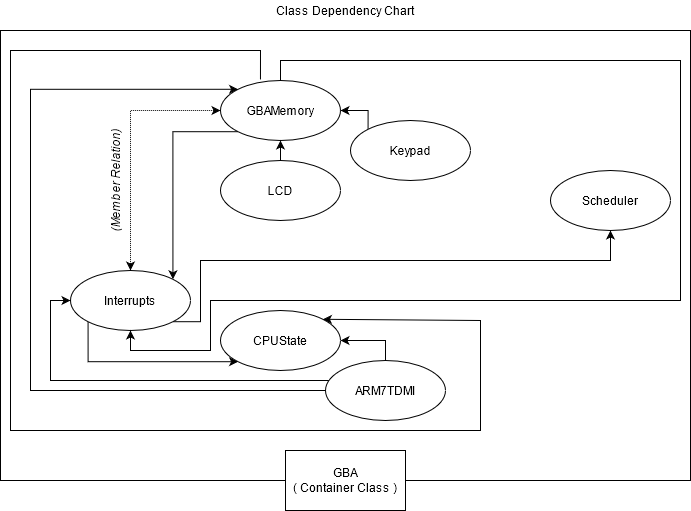
The draw.io diagram ZeroGBA/non-code/class dependency chart/class dependencies.png in ankien/ZeroGBA, before a commit. Source tidied: cells renumbered, new cells last; positions are measured from the earlier drawing's top-left corner, leaving out a move shared by most shapes. Its diagram source:
```xml
<mxGraphModel>
  <root>
    <mxCell id="0" />
    <mxCell id="1" parent="0" />
    <mxCell id="2" style="rounded=0;whiteSpace=wrap;html=1;" parent="1" vertex="1">
      <mxGeometry y="30" width="690" height="450" as="geometry" />
    </mxCell>
    <mxCell id="3" value="&lt;div&gt;GBA&lt;/div&gt;&lt;div&gt;( Container Class )&lt;br&gt;&lt;/div&gt;" style="rounded=0;whiteSpace=wrap;html=1;" parent="1" vertex="1">
      <mxGeometry x="285" y="450" width="120" height="60" as="geometry" />
    </mxCell>
    <mxCell id="4" style="edgeStyle=orthogonalEdgeStyle;rounded=0;jettySize=auto;html=1;entryX=0.5;entryY=0;entryDx=0;entryDy=0;startArrow=classic;startFill=1;dashed=1;dashPattern=1 1;" parent="1" edge="1" source="6" target="9">
      <mxGeometry relative="1" as="geometry" />
    </mxCell>
    <mxCell id="5" style="edgeStyle=orthogonalEdgeStyle;rounded=0;jettySize=auto;html=1;exitX=0;exitY=1;exitDx=0;exitDy=0;entryX=1;entryY=0;entryDx=0;entryDy=0;" parent="1" edge="1" source="6" target="9">
      <mxGeometry relative="1" as="geometry" />
    </mxCell>
    <mxCell id="6" value="GBAMemory" style="ellipse;whiteSpace=wrap;html=1;" parent="1" vertex="1">
      <mxGeometry x="220" y="80" width="120" height="60" as="geometry" />
    </mxCell>
    <mxCell id="7" style="edgeStyle=orthogonalEdgeStyle;rounded=0;jettySize=auto;html=1;exitX=1;exitY=1;exitDx=0;exitDy=0;entryX=0.5;entryY=1;entryDx=0;entryDy=0;" parent="1" edge="1" source="9" target="18">
      <mxGeometry relative="1" as="geometry">
        <Array as="points">
          <mxPoint x="200" y="321" />
          <mxPoint x="200" y="260" />
          <mxPoint x="610" y="260" />
        </Array>
      </mxGeometry>
    </mxCell>
    <mxCell id="8" style="edgeStyle=orthogonalEdgeStyle;rounded=0;jettySize=auto;html=1;exitX=0;exitY=1;exitDx=0;exitDy=0;entryX=0;entryY=1;entryDx=0;entryDy=0;" parent="1" edge="1" source="9" target="15">
      <mxGeometry relative="1" as="geometry">
        <Array as="points">
          <mxPoint x="88" y="361" />
        </Array>
      </mxGeometry>
    </mxCell>
    <mxCell id="9" value="Interrupts" style="ellipse;whiteSpace=wrap;html=1;" parent="1" vertex="1">
      <mxGeometry x="70" y="270" width="120" height="60" as="geometry" />
    </mxCell>
    <mxCell id="10" style="edgeStyle=orthogonalEdgeStyle;rounded=0;jettySize=auto;html=1;entryX=0.5;entryY=1;entryDx=0;entryDy=0;" parent="1" edge="1" source="6" target="9">
      <mxGeometry relative="1" as="geometry">
        <Array as="points">
          <mxPoint x="280" y="60" />
          <mxPoint x="680" y="60" />
          <mxPoint x="680" y="300" />
          <mxPoint x="210" y="300" />
          <mxPoint x="210" y="350" />
          <mxPoint x="130" y="350" />
        </Array>
      </mxGeometry>
    </mxCell>
    <mxCell id="11" style="edgeStyle=orthogonalEdgeStyle;rounded=0;jettySize=auto;html=1;entryX=1;entryY=0.5;entryDx=0;entryDy=0;" parent="1" edge="1" source="14" target="15">
      <mxGeometry relative="1" as="geometry" />
    </mxCell>
    <mxCell id="12" style="edgeStyle=orthogonalEdgeStyle;rounded=0;jettySize=auto;html=1;entryX=0;entryY=0.5;entryDx=0;entryDy=0;" parent="1" edge="1" source="14" target="9">
      <mxGeometry relative="1" as="geometry">
        <Array as="points">
          <mxPoint x="50" y="380" />
          <mxPoint x="50" y="300" />
        </Array>
      </mxGeometry>
    </mxCell>
    <mxCell id="13" style="edgeStyle=orthogonalEdgeStyle;rounded=0;jettySize=auto;html=1;entryX=0;entryY=0;entryDx=0;entryDy=0;jumpStyle=gap;" parent="1" edge="1" source="14" target="6">
      <mxGeometry relative="1" as="geometry">
        <Array as="points">
          <mxPoint x="30" y="390" />
          <mxPoint x="30" y="89" />
        </Array>
      </mxGeometry>
    </mxCell>
    <mxCell id="14" value="ARM7TDMI" style="ellipse;whiteSpace=wrap;html=1;" parent="1" vertex="1">
      <mxGeometry x="325" y="360" width="120" height="60" as="geometry" />
    </mxCell>
    <mxCell id="15" value="CPUState" style="ellipse;whiteSpace=wrap;html=1;" parent="1" vertex="1">
      <mxGeometry x="220" y="310" width="120" height="60" as="geometry" />
    </mxCell>
    <mxCell id="16" style="edgeStyle=orthogonalEdgeStyle;rounded=0;jettySize=auto;html=1;entryX=0.5;entryY=1;entryDx=0;entryDy=0;exitX=0.5;exitY=0;exitDx=0;exitDy=0;" parent="1" edge="1" source="17" target="6">
      <mxGeometry relative="1" as="geometry" />
    </mxCell>
    <mxCell id="17" value="LCD" style="ellipse;whiteSpace=wrap;html=1;" parent="1" vertex="1">
      <mxGeometry x="220" y="160" width="120" height="60" as="geometry" />
    </mxCell>
    <mxCell id="18" value="Scheduler" style="ellipse;whiteSpace=wrap;html=1;" parent="1" vertex="1">
      <mxGeometry x="550" y="170" width="120" height="60" as="geometry" />
    </mxCell>
    <mxCell id="19" value="Class Dependency Chart" style="text;html=1;strokeColor=none;fillColor=none;align=center;verticalAlign=middle;whiteSpace=wrap;rounded=0;" parent="1" vertex="1">
      <mxGeometry x="270" width="150" height="20" as="geometry" />
    </mxCell>
    <mxCell id="20" style="edgeStyle=orthogonalEdgeStyle;rounded=0;jettySize=auto;html=1;exitX=0;exitY=0;exitDx=0;exitDy=0;entryX=1;entryY=0.5;entryDx=0;entryDy=0;" parent="1" edge="1" source="21" target="6">
      <mxGeometry relative="1" as="geometry">
        <Array as="points">
          <mxPoint x="368" y="110" />
        </Array>
      </mxGeometry>
    </mxCell>
    <mxCell id="21" value="Keypad" style="ellipse;whiteSpace=wrap;html=1;" parent="1" vertex="1">
      <mxGeometry x="350" y="120" width="120" height="60" as="geometry" />
    </mxCell>
    <mxCell id="22" value="&lt;i&gt;(Member Relation)&lt;/i&gt;" style="text;html=1;strokeColor=none;fillColor=none;align=center;verticalAlign=middle;whiteSpace=wrap;rounded=0;rotation=-90;" parent="1" vertex="1">
      <mxGeometry x="50" y="170" width="130" height="20" as="geometry" />
    </mxCell>
    <mxCell id="23" style="endArrow=classic;html=1;rounded=0;exitX=0.333;exitY=-0.017;exitDx=0;exitDy=0;exitPerimeter=0;entryX=1;entryY=0;entryDx=0;entryDy=0;" parent="1" edge="1" source="6" target="15">
      <mxGeometry relative="1" as="geometry">
        <Array as="points">
          <mxPoint x="260" y="50" />
          <mxPoint x="10" y="50" />
          <mxPoint x="10" y="430" />
          <mxPoint x="480" y="430" />
          <mxPoint x="480" y="320" />
        </Array>
      </mxGeometry>
    </mxCell>
  </root>
</mxGraphModel>
```
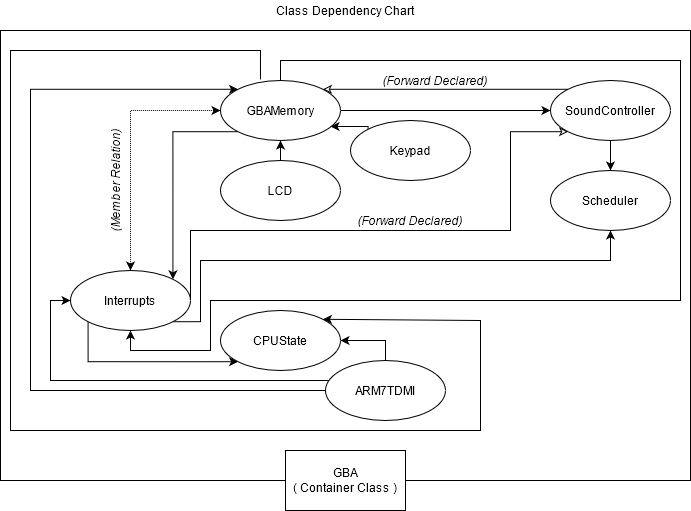
The same file after the commit.

What changed in the source:
```diff
@@ -14,6 +14,9 @@
     <mxCell id="5" style="edgeStyle=orthogonalEdgeStyle;rounded=0;jettySize=auto;html=1;exitX=0;exitY=1;exitDx=0;exitDy=0;entryX=1;entryY=0;entryDx=0;entryDy=0;" parent="1" edge="1" source="6" target="9">
       <mxGeometry relative="1" as="geometry" />
     </mxCell>
+    <mxCell id="24" style="edgeStyle=orthogonalEdgeStyle;rounded=0;jettySize=auto;html=1;exitX=1;exitY=0.5;exitDx=0;exitDy=0;entryX=0;entryY=0.5;entryDx=0;entryDy=0;" parent="1" edge="1" source="6" target="28">
+      <mxGeometry relative="1" as="geometry" />
+    </mxCell>
     <mxCell id="6" value="GBAMemory" style="ellipse;whiteSpace=wrap;html=1;" parent="1" vertex="1">
       <mxGeometry x="220" y="80" width="120" height="60" as="geometry" />
     </mxCell>
@@ -33,6 +36,15 @@
         </Array>
       </mxGeometry>
     </mxCell>
+    <mxCell id="25" style="edgeStyle=orthogonalEdgeStyle;rounded=0;jettySize=auto;html=1;exitX=1;exitY=0.5;exitDx=0;exitDy=0;entryX=0;entryY=1;entryDx=0;entryDy=0;startArrow=none;startFill=0;endArrow=classic;endFill=0;" parent="1" edge="1" source="9" target="28">
+      <mxGeometry relative="1" as="geometry">
+        <Array as="points">
+          <mxPoint x="190" y="230" />
+          <mxPoint x="510" y="230" />
+          <mxPoint x="510" y="131" />
+        </Array>
+      </mxGeometry>
+    </mxCell>
     <mxCell id="9" value="Interrupts" style="ellipse;whiteSpace=wrap;html=1;" parent="1" vertex="1">
       <mxGeometry x="70" y="270" width="120" height="60" as="geometry" />
     </mxCell>
@@ -85,10 +97,10 @@
     <mxCell id="19" value="Class Dependency Chart" style="text;html=1;strokeColor=none;fillColor=none;align=center;verticalAlign=middle;whiteSpace=wrap;rounded=0;" parent="1" vertex="1">
       <mxGeometry x="270" width="150" height="20" as="geometry" />
     </mxCell>
-    <mxCell id="20" style="edgeStyle=orthogonalEdgeStyle;rounded=0;jettySize=auto;html=1;exitX=0;exitY=0;exitDx=0;exitDy=0;entryX=1;entryY=0.5;entryDx=0;entryDy=0;" parent="1" edge="1" source="21" target="6">
+    <mxCell id="20" style="edgeStyle=orthogonalEdgeStyle;rounded=0;jettySize=auto;html=1;exitX=0;exitY=0;exitDx=0;exitDy=0;entryX=0.917;entryY=0.767;entryDx=0;entryDy=0;entryPerimeter=0;" parent="1" edge="1" source="21" target="6">
       <mxGeometry relative="1" as="geometry">
         <Array as="points">
-          <mxPoint x="368" y="110" />
+          <mxPoint x="368" y="126" />
         </Array>
       </mxGeometry>
     </mxCell>
@@ -109,5 +121,20 @@
         </Array>
       </mxGeometry>
     </mxCell>
+    <mxCell id="26" style="edgeStyle=orthogonalEdgeStyle;rounded=0;jettySize=auto;html=1;entryX=0.5;entryY=0;entryDx=0;entryDy=0;" parent="1" edge="1" source="28" target="18">
+      <mxGeometry relative="1" as="geometry" />
+    </mxCell>
+    <mxCell id="27" style="edgeStyle=orthogonalEdgeStyle;rounded=0;jettySize=auto;html=1;exitX=0;exitY=0;exitDx=0;exitDy=0;entryX=1;entryY=0;entryDx=0;entryDy=0;endArrow=classic;endFill=0;" parent="1" edge="1" source="28" target="6">
+      <mxGeometry relative="1" as="geometry" />
+    </mxCell>
+    <mxCell id="28" value="SoundController" style="ellipse;whiteSpace=wrap;html=1;" parent="1" vertex="1">
+      <mxGeometry x="550" y="80" width="120" height="60" as="geometry" />
+    </mxCell>
+    <mxCell id="29" value="&lt;i&gt;(Forward Declared)&lt;br&gt;&lt;/i&gt;" style="text;html=1;strokeColor=none;fillColor=none;align=center;verticalAlign=middle;whiteSpace=wrap;rounded=0;rotation=0;" parent="1" vertex="1">
+      <mxGeometry x="370" y="70" width="130" height="20" as="geometry" />
+    </mxCell>
+    <mxCell id="30" value="&lt;i&gt;(Forward Declared)&lt;br&gt;&lt;/i&gt;" style="text;html=1;strokeColor=none;fillColor=none;align=center;verticalAlign=middle;whiteSpace=wrap;rounded=0;rotation=0;" parent="1" vertex="1">
+      <mxGeometry x="345" y="210" width="130" height="20" as="geometry" />
+    </mxCell>
   </root>
 </mxGraphModel>
```
